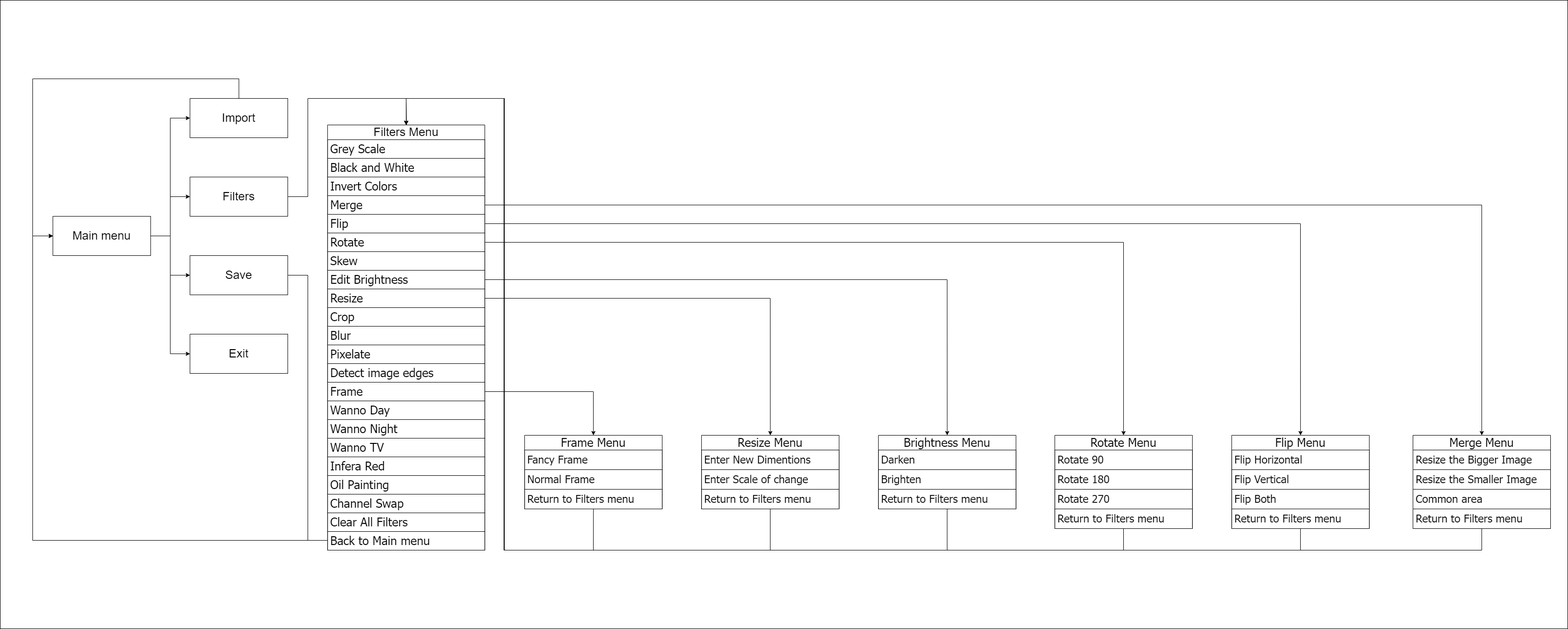
Above: map.png in mohamedtarikz/BabyPhotoshop--Uni_Competition_Project (draw.io), before the change. Source tidied: cells renumbered, new cells last; positions are measured from the earlier drawing's top-left corner, leaving out a move shared by most shapes.
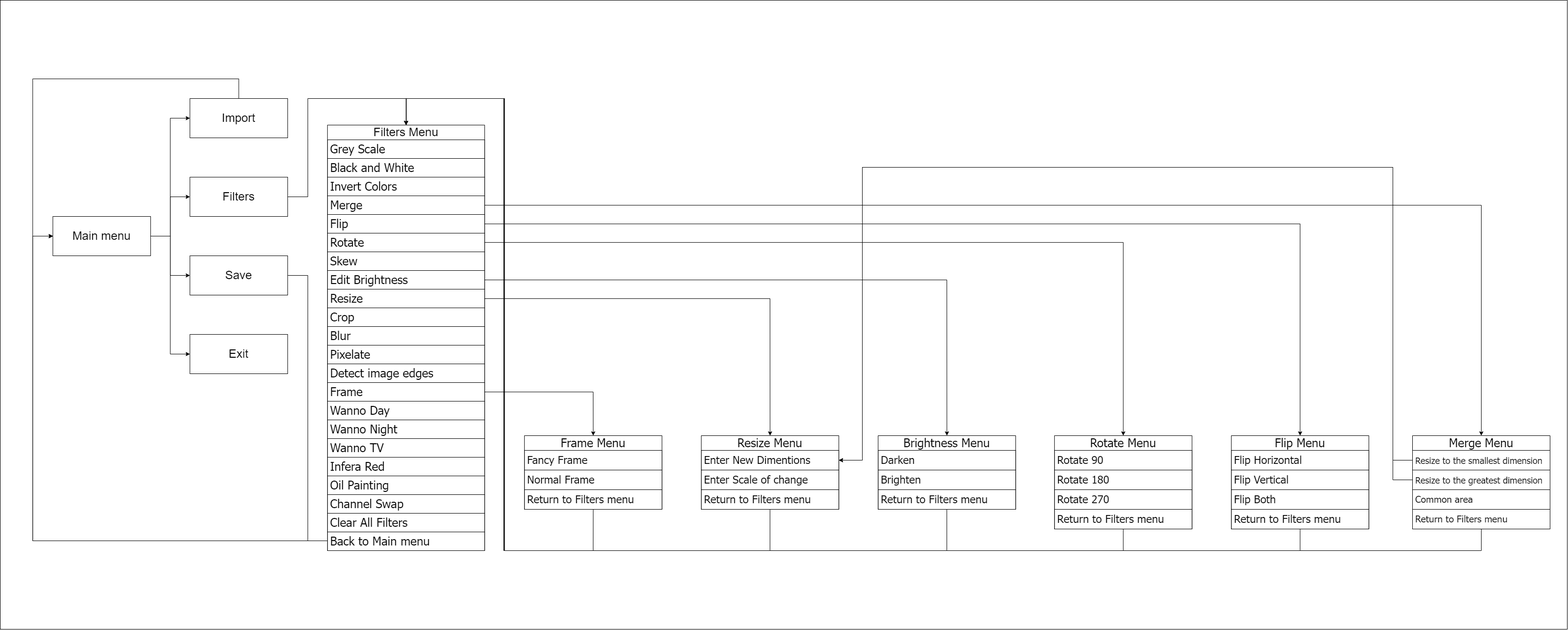
The same diagram one commit later.

Commit message:
app map update

Change to the diagram source:
```diff
@@ -283,20 +283,40 @@
     <mxCell id="72" value="Merge Menu" style="swimlane;fontStyle=0;horizontal=1;startSize=30;whiteSpace=wrap;html=1;labelBorderColor=none;sketch=0;strokeWidth=1;fontFamily=Tahoma;fontSize=24;swimlaneFillColor=default;" parent="1" vertex="1">
       <mxGeometry x="2875" y="886" width="280" height="190" as="geometry" />
     </mxCell>
-    <mxCell id="73" value="Resize the Bigger Image" style="text;strokeColor=default;fillColor=none;align=left;verticalAlign=middle;spacingLeft=4;spacingRight=4;overflow=hidden;whiteSpace=wrap;html=1;labelBorderColor=none;sketch=0;strokeWidth=1;fontFamily=Tahoma;fontSize=22;" parent="72" vertex="1">
-      <mxGeometry y="30" width="280" height="40" as="geometry" />
-    </mxCell>
-    <mxCell id="74" value="Resize the Smaller Image" style="text;strokeColor=default;fillColor=none;align=left;verticalAlign=middle;spacingLeft=4;spacingRight=4;overflow=hidden;whiteSpace=wrap;html=1;labelBorderColor=none;sketch=0;strokeWidth=1;fontFamily=Tahoma;fontSize=22;" parent="72" vertex="1">
-      <mxGeometry y="70" width="280" height="40" as="geometry" />
-    </mxCell>
+    <mxCell id="78" value="&lt;font style=&quot;font-size: 18px;&quot;&gt;Resize to the smallest dimension&lt;/font&gt;" style="text;strokeColor=default;fillColor=none;align=left;verticalAlign=middle;spacingLeft=4;spacingRight=4;overflow=hidden;points=[[0,0.5],[1,0.5]];portConstraint=eastwest;whiteSpace=wrap;html=1;labelBorderColor=none;sketch=0;strokeWidth=1;fontFamily=Tahoma;fontSize=22;" parent="72" vertex="1">
+      <mxGeometry y="30" width="280" height="40" as="geometry" />
+    </mxCell>
+    <mxCell id="79" value="&lt;span style=&quot;font-size: 18px;&quot;&gt;Resize to the greatest dimension&lt;/span&gt;" style="text;strokeColor=default;fillColor=none;align=left;verticalAlign=middle;spacingLeft=4;spacingRight=4;overflow=hidden;points=[[0,0.5],[1,0.5]];portConstraint=eastwest;whiteSpace=wrap;html=1;labelBorderColor=none;sketch=0;strokeWidth=1;fontFamily=Tahoma;fontSize=22;" parent="72" vertex="1">
+      <mxGeometry y="70" width="280" height="40" as="geometry" />
+    </mxCell>
-    <mxCell id="75" value="Common area" style="text;strokeColor=default;fillColor=none;align=left;verticalAlign=middle;spacingLeft=4;spacingRight=4;overflow=hidden;whiteSpace=wrap;html=1;labelBorderColor=none;sketch=0;strokeWidth=1;fontFamily=Tahoma;fontSize=22;" parent="72" vertex="1">
+    <mxCell id="75" value="&lt;font style=&quot;font-size: 19px;&quot;&gt;Common area&lt;/font&gt;" style="text;strokeColor=default;fillColor=none;align=left;verticalAlign=middle;spacingLeft=4;spacingRight=4;overflow=hidden;whiteSpace=wrap;html=1;labelBorderColor=none;sketch=0;strokeWidth=1;fontFamily=Tahoma;fontSize=19;" parent="72" vertex="1">
       <mxGeometry y="110" width="280" height="40" as="geometry" />
     </mxCell>
-    <mxCell id="76" value="Return to Filters menu" style="text;strokeColor=default;fillColor=none;align=left;verticalAlign=middle;spacingLeft=4;spacingRight=4;overflow=hidden;whiteSpace=wrap;html=1;labelBorderColor=none;sketch=0;strokeWidth=1;fontFamily=Tahoma;fontSize=22;" parent="72" vertex="1">
+    <mxCell id="76" value="&lt;font style=&quot;font-size: 19px;&quot;&gt;Return to Filters menu&lt;/font&gt;" style="text;strokeColor=default;fillColor=none;align=left;verticalAlign=middle;spacingLeft=4;spacingRight=4;overflow=hidden;whiteSpace=wrap;html=1;labelBorderColor=none;sketch=0;strokeWidth=1;fontFamily=Tahoma;fontSize=19;" parent="72" vertex="1">
       <mxGeometry y="150" width="280" height="40" as="geometry" />
     </mxCell>
     <mxCell id="77" style="edgeStyle=orthogonalEdgeStyle;html=1;entryX=0.5;entryY=0;entryDx=0;entryDy=0;rounded=0;" parent="1" edge="1" source="19" target="72">
       <mxGeometry relative="1" as="geometry" />
     </mxCell>
+    <mxCell id="80" style="edgeStyle=orthogonalEdgeStyle;html=1;fontSize=19;rounded=0;" parent="1" edge="1" source="78" target="61">
+      <mxGeometry relative="1" as="geometry">
+        <Array as="points">
+          <mxPoint x="2835" y="936" />
+          <mxPoint x="2835" y="340" />
+          <mxPoint x="1755" y="340" />
+          <mxPoint x="1755" y="936" />
+        </Array>
+      </mxGeometry>
+    </mxCell>
+    <mxCell id="81" style="edgeStyle=orthogonalEdgeStyle;rounded=0;html=1;entryX=1;entryY=0.5;entryDx=0;entryDy=0;fontSize=19;" parent="1" edge="1" source="79" target="61">
+      <mxGeometry relative="1" as="geometry">
+        <Array as="points">
+          <mxPoint x="2835" y="976" />
+          <mxPoint x="2835" y="340" />
+          <mxPoint x="1755" y="340" />
+          <mxPoint x="1755" y="936" />
+        </Array>
+      </mxGeometry>
+    </mxCell>
   </root>
 </mxGraphModel>
```
